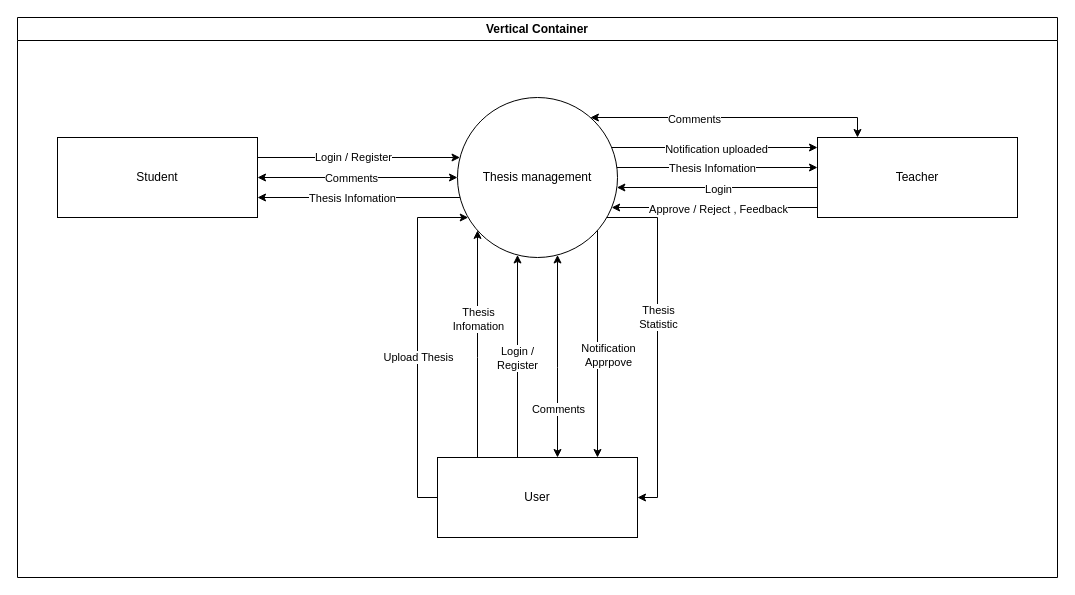
Before: context-diagram.drawio in Dibkk/diagram-thesis, a draw.io diagram. Source tidied: cells renumbered, new cells numbered last; positions are measured from the earlier drawing's top-left corner, leaving out a move shared by most shapes. Both pictures are drawn from the tidied source at 100%, with x=0, y=0 at pixel (17, 17).
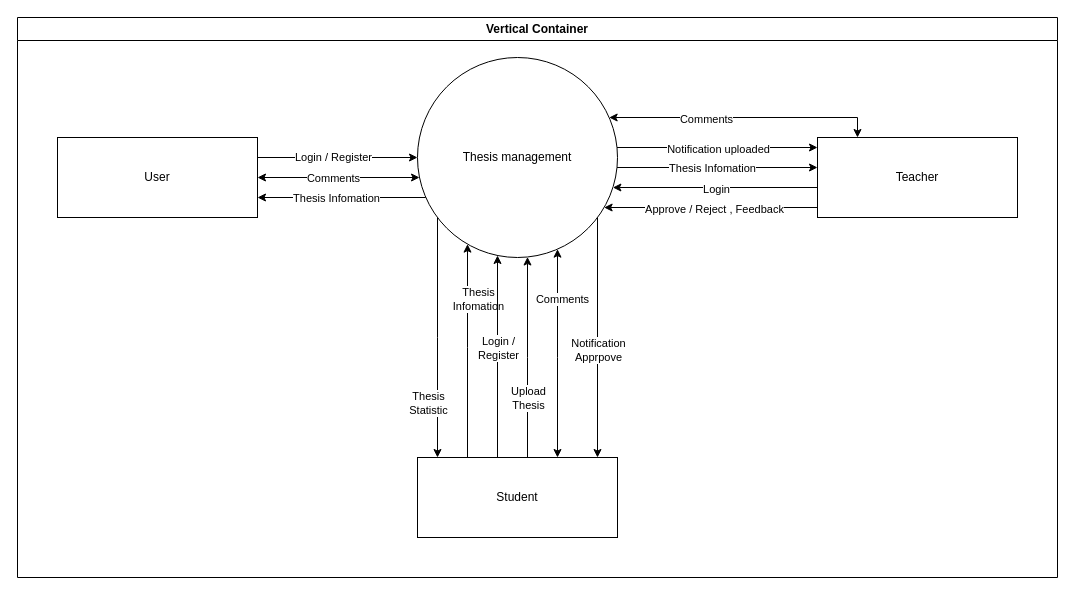
Above is the later version.

The change refers to these unchanged cells:
```xml
<mxCell id="2" value="Vertical Container" style="swimlane;whiteSpace=wrap;html=1;" parent="1" vertex="1">
  <mxGeometry width="1040" height="560" as="geometry" />
</mxCell>
<mxCell id="31" style="edgeStyle=orthogonalEdgeStyle;rounded=0;jettySize=auto;html=1;" parent="2" edge="1" source="16" target="22">
  <mxGeometry relative="1" as="geometry">
    <Array as="points">
      <mxPoint x="580" y="340" />
      <mxPoint x="580" y="340" />
    </Array>
  </mxGeometry>
</mxCell>
```

What changed in the source:
```diff
@@
-    <mxCell id="5" value="Student" style="rounded=0;whiteSpace=wrap;html=1;" parent="2" vertex="1">
+    <mxCell id="5" value="User" style="rounded=0;whiteSpace=wrap;html=1;" parent="2" vertex="1">
       <mxGeometry x="40" y="120" width="200" height="80" as="geometry" />
     </mxCell>
@@
     <mxCell id="14" style="edgeStyle=orthogonalEdgeStyle;rounded=0;jettySize=auto;html=1;" parent="2" edge="1" source="16" target="22">
       <mxGeometry relative="1" as="geometry">
         <Array as="points">
-          <mxPoint x="640" y="200" />
-          <mxPoint x="640" y="480" />
+          <mxPoint x="420" y="320" />
+          <mxPoint x="420" y="320" />
         </Array>
       </mxGeometry>
     </mxCell>
     <mxCell id="15" value="Thesis&lt;div&gt;Statistic&lt;/div&gt;" style="edgeLabel;html=1;align=center;verticalAlign=middle;" parent="14" vertex="1">
       <mxGeometry x="0.04" relative="1" as="geometry">
-        <mxPoint y="-32" as="offset" />
+        <mxPoint x="-10" y="60" as="offset" />
       </mxGeometry>
     </mxCell>
     <mxCell id="16" value="Thesis management" style="ellipse;whiteSpace=wrap;html=1;" parent="2" vertex="1">
-      <mxGeometry x="440" y="80" width="160" height="160" as="geometry" />
+      <mxGeometry x="400" y="40" width="200" height="200" as="geometry" />
     </mxCell>
@@
-    <mxCell id="22" value="User" style="rounded=0;whiteSpace=wrap;html=1;" parent="2" vertex="1">
-      <mxGeometry x="420" y="440" width="200" height="80" as="geometry" />
+    <mxCell id="22" value="Student" style="rounded=0;whiteSpace=wrap;html=1;" parent="2" vertex="1">
+      <mxGeometry x="400" y="440" width="200" height="80" as="geometry" />
     </mxCell>
@@
     <mxCell id="25" style="edgeStyle=orthogonalEdgeStyle;rounded=0;jettySize=auto;html=1;" parent="2" edge="1" source="22" target="16">
       <mxGeometry relative="1" as="geometry">
         <Array as="points">
-          <mxPoint x="460" y="340" />
-          <mxPoint x="460" y="340" />
+          <mxPoint x="450" y="330" />
+          <mxPoint x="450" y="330" />
         </Array>
       </mxGeometry>
     </mxCell>
     <mxCell id="26" value="Thesis&lt;div&gt;Infomation&lt;/div&gt;" style="edgeLabel;html=1;align=center;verticalAlign=middle;" parent="25" vertex="1">
       <mxGeometry x="-0.04" relative="1" as="geometry">
-        <mxPoint y="-30" as="offset" />
+        <mxPoint x="10" y="-57" as="offset" />
       </mxGeometry>
     </mxCell>
     <mxCell id="27" style="edgeStyle=orthogonalEdgeStyle;rounded=0;jettySize=auto;html=1;" parent="2" edge="1" source="22" target="16">
       <mxGeometry relative="1" as="geometry">
         <Array as="points">
-          <mxPoint x="500" y="340" />
-          <mxPoint x="500" y="340" />
+          <mxPoint x="480" y="340" />
+          <mxPoint x="480" y="340" />
         </Array>
       </mxGeometry>
     </mxCell>
     <mxCell id="28" value="Login /&lt;div&gt;Register&lt;/div&gt;" style="edgeLabel;html=1;align=center;verticalAlign=middle;" parent="27" vertex="1">
       <mxGeometry x="-0.13" y="1" relative="1" as="geometry">
-        <mxPoint y="-12" as="offset" />
+        <mxPoint x="1" y="-22" as="offset" />
       </mxGeometry>
     </mxCell>
     <mxCell id="29" style="edgeStyle=orthogonalEdgeStyle;rounded=0;jettySize=auto;html=1;startArrow=classic;startFill=1;" parent="2" edge="1" source="22" target="16">
       <mxGeometry relative="1" as="geometry">
         <Array as="points">
-          <mxPoint x="540" y="350" />
-          <mxPoint x="540" y="350" />
+          <mxPoint x="540" y="340" />
+          <mxPoint x="540" y="340" />
         </Array>
       </mxGeometry>
     </mxCell>
     <mxCell id="30" value="Comments" style="edgeLabel;html=1;align=center;verticalAlign=middle;" parent="29" vertex="1">
       <mxGeometry x="-0.25" y="-2" relative="1" as="geometry">
-        <mxPoint x="-2" y="27" as="offset" />
+        <mxPoint x="2" y="-81" as="offset" />
       </mxGeometry>
     </mxCell>
@@
     <mxCell id="32" value="Notification&lt;div&gt;Apprpove&lt;/div&gt;" style="edgeLabel;html=1;align=center;verticalAlign=middle;" parent="31" vertex="1">
       <mxGeometry x="0.1" y="1" relative="1" as="geometry">
-        <mxPoint x="9" as="offset" />
+        <mxPoint x="-1" as="offset" />
       </mxGeometry>
     </mxCell>
     <mxCell id="33" style="edgeStyle=orthogonalEdgeStyle;rounded=0;jettySize=auto;html=1;" parent="2" edge="1" source="22" target="16">
       <mxGeometry relative="1" as="geometry">
         <Array as="points">
-          <mxPoint x="400" y="480" />
-          <mxPoint x="400" y="200" />
+          <mxPoint x="510" y="340" />
+          <mxPoint x="510" y="340" />
         </Array>
       </mxGeometry>
     </mxCell>
-    <mxCell id="34" value="Upload Thesis" style="edgeLabel;html=1;align=center;verticalAlign=middle;" parent="33" vertex="1">
+    <mxCell id="34" value="Upload&lt;div&gt;Thesis&lt;/div&gt;" style="edgeLabel;html=1;align=center;verticalAlign=middle;" parent="33" vertex="1">
       <mxGeometry x="0.07" relative="1" as="geometry">
-        <mxPoint y="27" as="offset" />
+        <mxPoint y="47" as="offset" />
       </mxGeometry>
     </mxCell>
```
